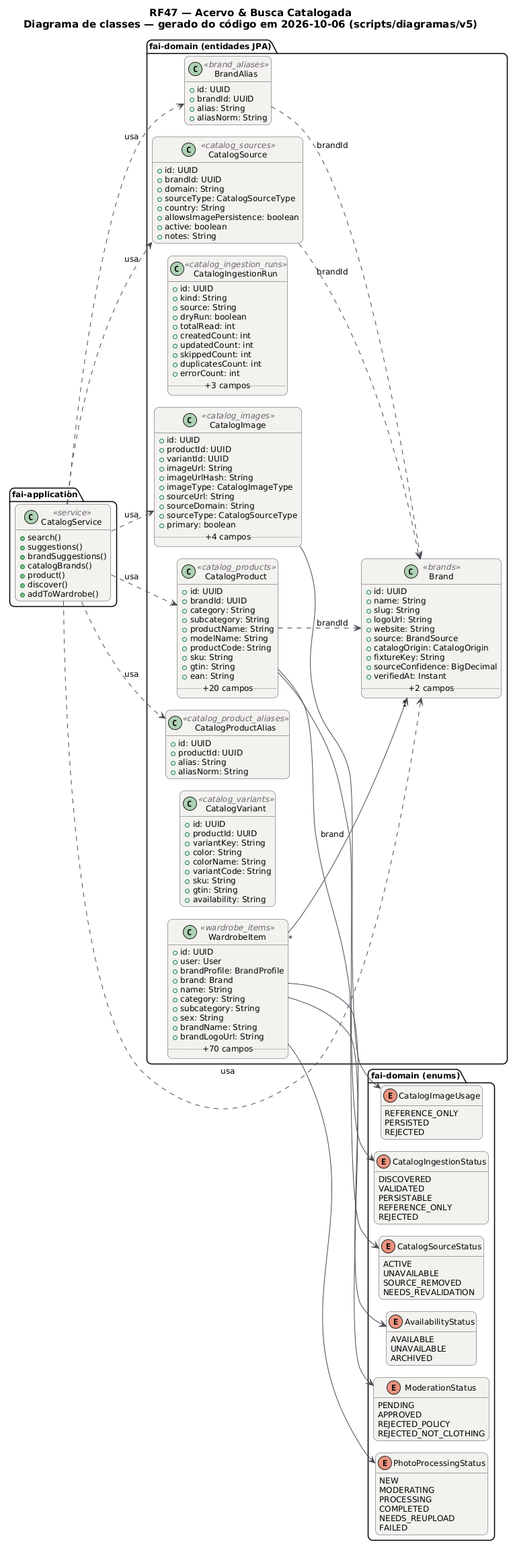
Above: docs/diagramas/RF47/RF47_Classes.png in MatheusHaliski/tcc-2026-fashion-ai-backend (PlantUML), before the change. Its diagram source:
```plantuml
@startuml RF47_Classes
!pragma layout smetana
skinparam backgroundColor #FFFFFF
skinparam shadowing false
skinparam defaultFontName "DejaVu Sans"
skinparam defaultFontSize 12
skinparam titleFontSize 15
skinparam roundcorner 14
skinparam ArrowColor #52606D
skinparam note {
  BackgroundColor #FFFDEB
  BorderColor #D8CE78
  FontColor #554F24
}
skinparam class {
  BackgroundColor #F4F2EF
  BorderColor #4A4852
  ArrowColor #4A4852
  StereotypeFontColor #6B6470
}
hide empty members
left to right direction
title RF47 — Acervo & Busca Catalogada\nDiagrama de classes — gerado do código em 2026-10-06 (scripts/diagramas/v5)

package "fai-domain (entidades JPA)" {
  class Brand <<brands>> {
    +id: UUID
    +name: String
    +slug: String
    +logoUrl: String
    +website: String
    +source: BrandSource
    +catalogOrigin: CatalogOrigin
    +fixtureKey: String
    +sourceConfidence: BigDecimal
    +verifiedAt: Instant
    .. +2 campos ..
  }
  class BrandAlias <<brand_aliases>> {
    +id: UUID
    +brandId: UUID
    +alias: String
    +aliasNorm: String
  }
  class CatalogImage <<catalog_images>> {
    +id: UUID
    +productId: UUID
    +variantId: UUID
    +imageUrl: String
    +imageUrlHash: String
    +imageType: CatalogImageType
    +sourceUrl: String
    +sourceDomain: String
    +sourceType: CatalogSourceType
    +primary: boolean
    .. +4 campos ..
  }
  class CatalogIngestionRun <<catalog_ingestion_runs>> {
    +id: UUID
    +kind: String
    +source: String
    +dryRun: boolean
    +totalRead: int
    +createdCount: int
    +updatedCount: int
    +skippedCount: int
    +duplicatesCount: int
    +errorCount: int
    .. +3 campos ..
  }
  class CatalogProduct <<catalog_products>> {
    +id: UUID
    +brandId: UUID
    +category: String
    +subcategory: String
    +productName: String
    +modelName: String
    +productCode: String
    +sku: String
    +gtin: String
    +ean: String
    .. +20 campos ..
  }
  class CatalogProductAlias <<catalog_product_aliases>> {
    +id: UUID
    +productId: UUID
    +alias: String
    +aliasNorm: String
  }
  class CatalogSource <<catalog_sources>> {
    +id: UUID
    +brandId: UUID
    +domain: String
    +sourceType: CatalogSourceType
    +country: String
    +allowsImagePersistence: boolean
    +active: boolean
    +notes: String
  }
  class CatalogVariant <<catalog_variants>> {
    +id: UUID
    +productId: UUID
    +variantKey: String
    +color: String
    +colorName: String
    +variantCode: String
    +sku: String
    +gtin: String
    +availability: String
  }
  class WardrobeItem <<wardrobe_items>> {
    +id: UUID
    +user: User
    +brandProfile: BrandProfile
    +brand: Brand
    +name: String
    +category: String
    +subcategory: String
    +sex: String
    +brandName: String
    +brandLogoUrl: String
    .. +70 campos ..
  }
}
package "fai-domain (enums)" {
  enum CatalogImageUsage {
    REFERENCE_ONLY
    PERSISTED
    REJECTED
  }
  enum CatalogSourceStatus {
    ACTIVE
    UNAVAILABLE
    SOURCE_REMOVED
    NEEDS_REVALIDATION
  }
  enum CatalogIngestionStatus {
    DISCOVERED
    VALIDATED
    PERSISTABLE
    REFERENCE_ONLY
    REJECTED
  }
  enum AvailabilityStatus {
    AVAILABLE
    UNAVAILABLE
    ARCHIVED
  }
  enum ModerationStatus {
    PENDING
    APPROVED
    REJECTED_POLICY
    REJECTED_NOT_CLOTHING
  }
  enum PhotoProcessingStatus {
    NEW
    MODERATING
    PROCESSING
    COMPLETED
    NEEDS_REUPLOAD
    FAILED
  }
}
package "fai-application" {
  class CatalogService <<service>> {
    +search()
    +suggestions()
    +brandSuggestions()
    +catalogBrands()
    +product()
    +discover()
    +addToWardrobe()
  }
}
CatalogService ..> Brand : usa
CatalogService ..> BrandAlias : usa
CatalogService ..> CatalogImage : usa
CatalogService ..> CatalogProduct : usa
CatalogService ..> CatalogProductAlias : usa
CatalogService ..> CatalogSource : usa
BrandAlias ..> Brand : brandId
CatalogImage --> CatalogImageUsage
CatalogProduct --> CatalogIngestionStatus
CatalogProduct --> CatalogSourceStatus
CatalogProduct ..> Brand : brandId
CatalogSource ..> Brand : brandId
WardrobeItem "*" --> "1" Brand : brand
WardrobeItem --> AvailabilityStatus
WardrobeItem --> ModerationStatus
WardrobeItem --> PhotoProcessingStatus
@enduml
```
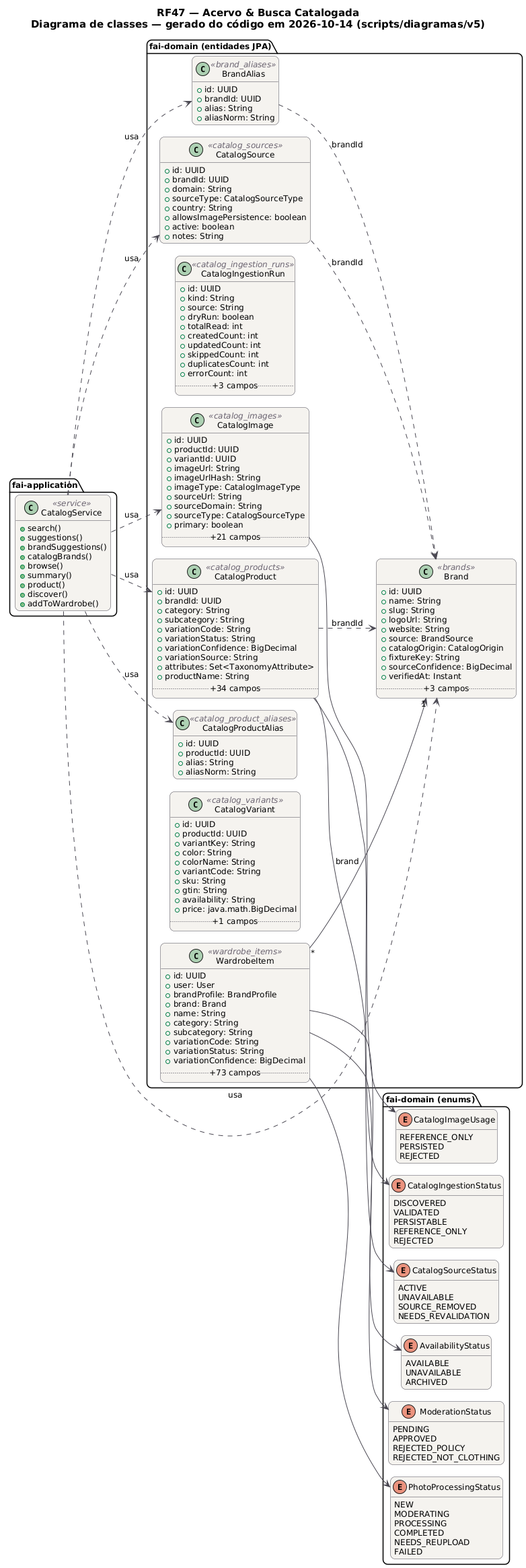
After the commit.

What changed in the source:
```diff
@@ -20,7 +20,7 @@
 }
 hide empty members
 left to right direction
-title RF47 — Acervo & Busca Catalogada\nDiagrama de classes — gerado do código em 2026-10-06 (scripts/diagramas/v5)
+title RF47 — Acervo & Busca Catalogada\nDiagrama de classes — gerado do código em 2026-10-14 (scripts/diagramas/v5)
 
 package "fai-domain (entidades JPA)" {
   class Brand <<brands>> {
@@ -34,7 +34,7 @@
     +fixtureKey: String
     +sourceConfidence: BigDecimal
     +verifiedAt: Instant
-    .. +2 campos ..
+    .. +3 campos ..
   }
   class BrandAlias <<brand_aliases>> {
     +id: UUID
@@ -53,7 +53,7 @@
     +sourceDomain: String
     +sourceType: CatalogSourceType
     +primary: boolean
-    .. +4 campos ..
+    .. +21 campos ..
   }
   class CatalogIngestionRun <<catalog_ingestion_runs>> {
     +id: UUID
@@ -73,13 +73,13 @@
     +brandId: UUID
     +category: String
     +subcategory: String
+    +variationCode: String
+    +variationStatus: String
+    +variationConfidence: BigDecimal
+    +variationSource: String
+    +attributes: Set<TaxonomyAttribute>
     +productName: String
-    +modelName: String
-    +productCode: String
-    +sku: String
-    +gtin: String
-    +ean: String
-    .. +20 campos ..
+    .. +34 campos ..
   }
   class CatalogProductAlias <<catalog_product_aliases>> {
     +id: UUID
@@ -107,6 +107,8 @@
     +sku: String
     +gtin: String
     +availability: String
+    +price: java.math.BigDecimal
+    .. +1 campos ..
   }
   class WardrobeItem <<wardrobe_items>> {
     +id: UUID
@@ -116,10 +118,10 @@
     +name: String
     +category: String
     +subcategory: String
-    +sex: String
-    +brandName: String
-    +brandLogoUrl: String
-    .. +70 campos ..
+    +variationCode: String
+    +variationStatus: String
+    +variationConfidence: BigDecimal
+    .. +73 campos ..
   }
 }
 package "fai-domain (enums)" {
@@ -167,6 +169,8 @@
     +suggestions()
     +brandSuggestions()
     +catalogBrands()
+    +browse()
+    +summary()
     +product()
     +discover()
     +addToWardrobe()
```
